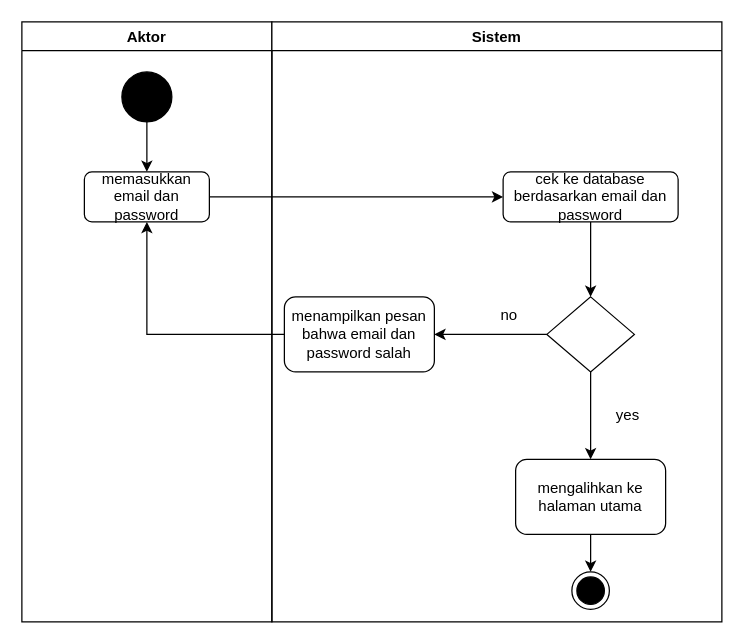
Earlier version of the draw.io diagram login activity diagram.drawio (ratihpn99/tokoonline). Source tidied: cells renumbered, new cells numbered last; positions are measured from the earlier drawing's top-left corner, leaving out a move shared by most shapes. Both pictures are drawn from the tidied source at 125%, with x=0, y=0 at pixel (21, 21).
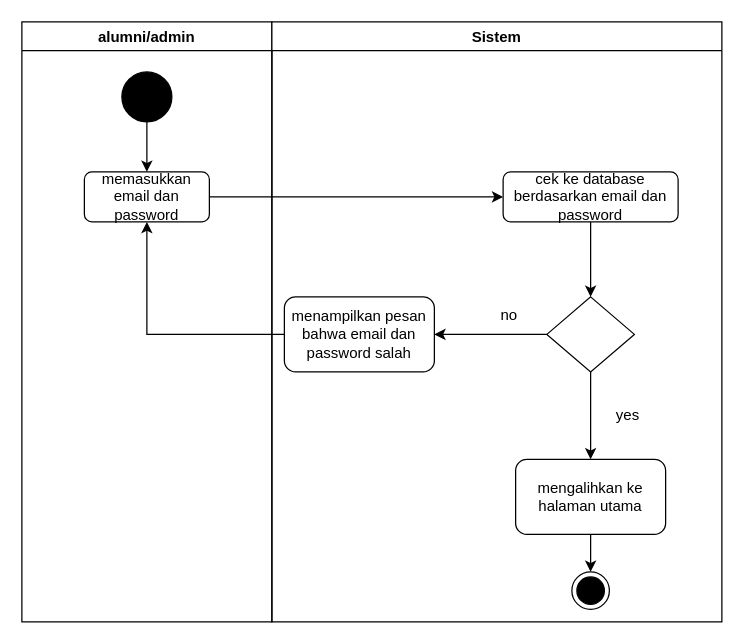
After the change.

Diff of the diagram source:
```diff
@@
 <mxGraphModel>
   <root>
     <mxCell id="0" />
     <mxCell id="1" parent="0" />
-    <mxCell id="2" value="Aktor" style="swimlane;" parent="1" vertex="1">
+    <mxCell id="2" value="alumni/admin" style="swimlane;" parent="1" vertex="1">
       <mxGeometry width="200" height="480" as="geometry" />
     </mxCell>
     <mxCell id="3" style="edgeStyle=orthogonalEdgeStyle;rounded=0;jettySize=auto;html=1;" parent="2" edge="1" source="4" target="5">
       <mxGeometry relative="1" as="geometry" />
     </mxCell>
     <mxCell id="4" style="ellipse;whiteSpace=wrap;html=1;fillColor=#000000;" parent="2" vertex="1">
       <mxGeometry x="80" y="40" width="40" height="40" as="geometry" />
     </mxCell>
     <mxCell id="5" value="memasukkan email dan password" style="rounded=1;whiteSpace=wrap;html=1;fillColor=#FFFFFF;" parent="2" vertex="1">
       <mxGeometry x="50" y="120" width="100" height="40" as="geometry" />
     </mxCell>
     <mxCell id="6" value="Sistem" style="swimlane;" parent="1" vertex="1">
       <mxGeometry x="200" width="360" height="480" as="geometry" />
     </mxCell>
     <mxCell id="7" style="edgeStyle=orthogonalEdgeStyle;rounded=0;jettySize=auto;html=1;" parent="6" edge="1" source="8" target="11">
       <mxGeometry relative="1" as="geometry" />
     </mxCell>
     <mxCell id="8" value="cek ke database berdasarkan email dan password" style="rounded=1;whiteSpace=wrap;html=1;fillColor=#FFFFFF;" parent="6" vertex="1">
       <mxGeometry x="185" y="120" width="140" height="40" as="geometry" />
     </mxCell>
     <mxCell id="9" style="edgeStyle=orthogonalEdgeStyle;rounded=0;jettySize=auto;html=1;" parent="6" edge="1" source="11" target="14">
       <mxGeometry relative="1" as="geometry" />
     </mxCell>
     <mxCell id="10" style="edgeStyle=orthogonalEdgeStyle;rounded=0;jettySize=auto;html=1;" parent="6" edge="1" source="11" target="12">
       <mxGeometry relative="1" as="geometry" />
     </mxCell>
     <mxCell id="11" style="rhombus;whiteSpace=wrap;html=1;fillColor=#FFFFFF;" parent="6" vertex="1">
       <mxGeometry x="220" y="220" width="70" height="60" as="geometry" />
     </mxCell>
     <mxCell id="12" value="menampilkan pesan bahwa email dan password salah" style="rounded=1;whiteSpace=wrap;html=1;fillColor=#FFFFFF;" parent="6" vertex="1">
       <mxGeometry x="10" y="220" width="120" height="60" as="geometry" />
     </mxCell>
     <mxCell id="13" style="edgeStyle=orthogonalEdgeStyle;rounded=0;jettySize=auto;html=1;" parent="6" edge="1" source="14" target="15">
       <mxGeometry relative="1" as="geometry" />
     </mxCell>
     <mxCell id="14" value="mengalihkan ke halaman utama" style="rounded=1;whiteSpace=wrap;html=1;fillColor=#FFFFFF;" parent="6" vertex="1">
       <mxGeometry x="195" y="350" width="120" height="60" as="geometry" />
     </mxCell>
     <mxCell id="15" style="ellipse;html=1;shape=endState;fillColor=#000000;strokeColor=#000000;" parent="6" vertex="1">
       <mxGeometry x="240" y="440" width="30" height="30" as="geometry" />
     </mxCell>
     <mxCell id="16" value="no" style="text;html=1;strokeColor=none;fillColor=none;align=center;verticalAlign=middle;whiteSpace=wrap;rounded=0;" parent="6" vertex="1">
       <mxGeometry x="160" y="220" width="60" height="30" as="geometry" />
     </mxCell>
     <mxCell id="17" value="yes" style="text;html=1;strokeColor=none;fillColor=none;align=center;verticalAlign=middle;whiteSpace=wrap;rounded=0;" parent="6" vertex="1">
       <mxGeometry x="255" y="300" width="60" height="30" as="geometry" />
     </mxCell>
     <mxCell id="18" style="edgeStyle=orthogonalEdgeStyle;rounded=0;jettySize=auto;html=1;entryX=0;entryY=0.5;entryDx=0;entryDy=0;" parent="1" edge="1" source="5" target="8">
       <mxGeometry relative="1" as="geometry" />
     </mxCell>
     <mxCell id="19" style="edgeStyle=orthogonalEdgeStyle;rounded=0;jettySize=auto;html=1;entryX=0.5;entryY=1;entryDx=0;entryDy=0;" parent="1" edge="1" source="12" target="5">
       <mxGeometry relative="1" as="geometry" />
     </mxCell>
   </root>
 </mxGraphModel>
```
